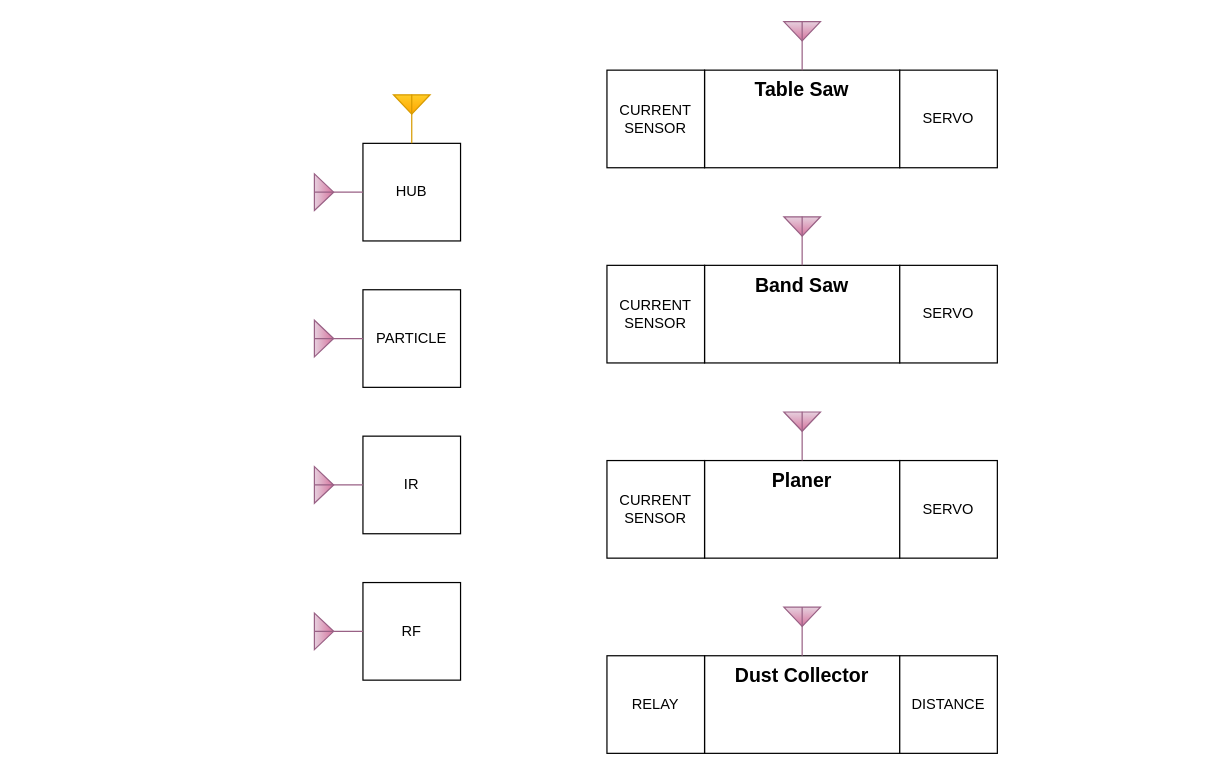
Before: page "Deployment" (3 of 8) of system_design.drawio in crgmakes/aquarius-design, a draw.io diagram. Source tidied: cells renumbered, new cells numbered last; positions are measured from the earlier drawing's top-left corner, leaving out a move shared by most shapes. Both pictures are drawn from the tidied source at 122%, with x=0, y=0 at pixel (314, 21).
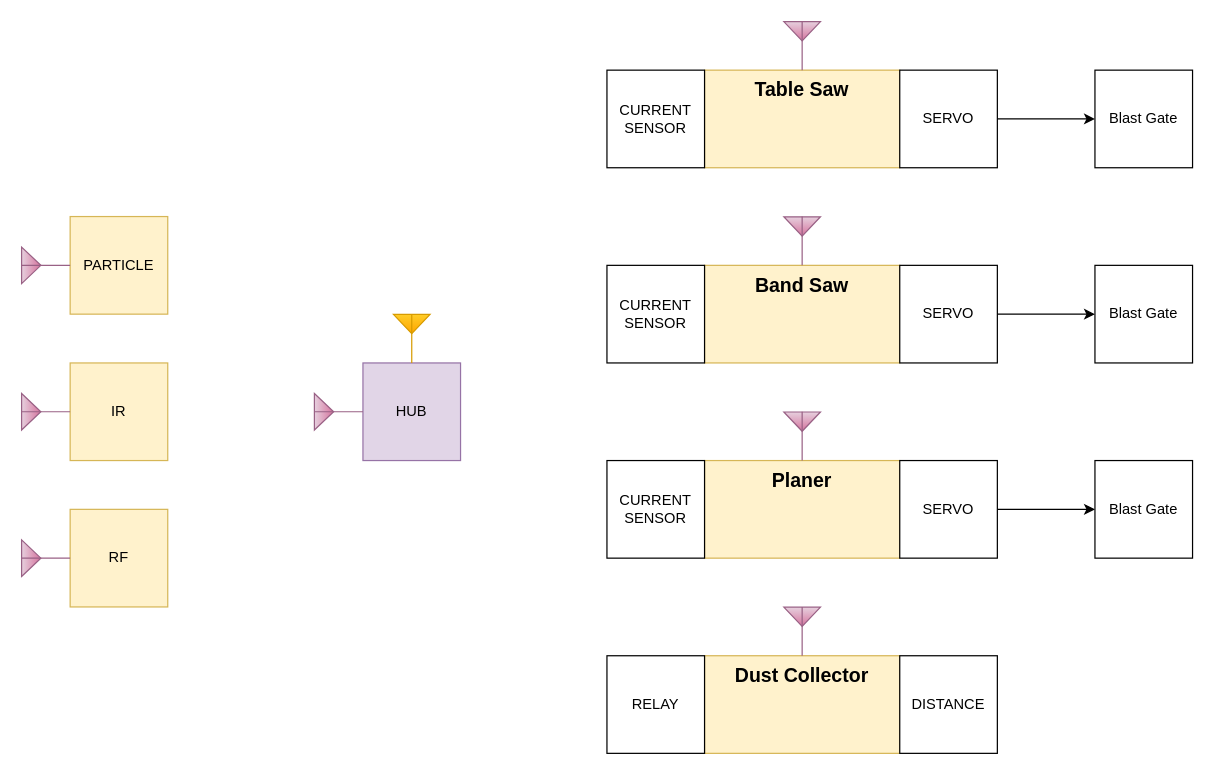
Above is the later version.

The change refers to these unchanged cells:
```xml
<mxCell id="8" value="SERVO" style="whiteSpace=wrap;html=1;" parent="1" vertex="1">
  <mxGeometry x="480" y="200" width="80" height="80" as="geometry" />
</mxCell>
<mxCell id="12" value="SERVO" style="whiteSpace=wrap;html=1;" parent="1" vertex="1">
  <mxGeometry x="480" y="40" width="80" height="80" as="geometry" />
</mxCell>
<mxCell id="13" value="SERVO" style="whiteSpace=wrap;html=1;" parent="1" vertex="1">
  <mxGeometry x="480" y="360" width="80" height="80" as="geometry" />
</mxCell>
```

What changed in the source:
```diff
@@
-    <mxCell id="2" value="Band Saw" style="whiteSpace=wrap;html=1;align=center;verticalAlign=top;fontSize=16;fontStyle=1;" parent="1" vertex="1">
+    <mxCell id="2" value="Band Saw" style="whiteSpace=wrap;html=1;align=center;verticalAlign=top;fontSize=16;fontStyle=1;fillColor=#fff2cc;strokeColor=#d6b656;" parent="1" vertex="1">
       <mxGeometry x="320" y="200" width="160" height="80" as="geometry" />
     </mxCell>
-    <mxCell id="3" value="Dust Collector" style="whiteSpace=wrap;html=1;align=center;verticalAlign=top;fontSize=16;fontStyle=1;" parent="1" vertex="1">
+    <mxCell id="3" value="Dust Collector" style="whiteSpace=wrap;html=1;align=center;verticalAlign=top;fontSize=16;fontStyle=1;fillColor=#fff2cc;strokeColor=#d6b656;" parent="1" vertex="1">
       <mxGeometry x="320" y="520" width="160" height="80" as="geometry" />
     </mxCell>
-    <mxCell id="4" value="Table Saw" style="whiteSpace=wrap;html=1;align=center;verticalAlign=top;fontSize=16;fontStyle=1;" parent="1" vertex="1">
+    <mxCell id="4" value="Table Saw" style="whiteSpace=wrap;html=1;align=center;verticalAlign=top;fontSize=16;fontStyle=1;fillColor=#fff2cc;strokeColor=#d6b656;" parent="1" vertex="1">
       <mxGeometry x="320" y="40" width="160" height="80" as="geometry" />
     </mxCell>
-    <mxCell id="5" value="HUB" style="whiteSpace=wrap;html=1;" parent="1" vertex="1">
-      <mxGeometry x="40" y="100" width="80" height="80" as="geometry" />
+    <mxCell id="5" value="HUB" style="whiteSpace=wrap;html=1;fillColor=#e1d5e7;strokeColor=#9673a6;" parent="1" vertex="1">
+      <mxGeometry x="40" y="280" width="80" height="80" as="geometry" />
     </mxCell>
@@
+    <mxCell id="27" style="edgeStyle=orthogonalEdgeStyle;rounded=0;jettySize=auto;html=1;" parent="1" edge="1" source="8" target="31">
+      <mxGeometry relative="1" as="geometry" />
+    </mxCell>
@@
-    <mxCell id="10" value="Planer" style="whiteSpace=wrap;html=1;align=center;verticalAlign=top;fontSize=16;fontStyle=1;" parent="1" vertex="1">
+    <mxCell id="10" value="Planer" style="whiteSpace=wrap;html=1;align=center;verticalAlign=top;fontSize=16;fontStyle=1;fillColor=#fff2cc;strokeColor=#d6b656;" parent="1" vertex="1">
       <mxGeometry x="320" y="360" width="160" height="80" as="geometry" />
     </mxCell>
@@
+    <mxCell id="28" style="edgeStyle=orthogonalEdgeStyle;rounded=0;jettySize=auto;html=1;" parent="1" edge="1" source="12" target="30">
+      <mxGeometry relative="1" as="geometry" />
+    </mxCell>
@@
+    <mxCell id="29" style="edgeStyle=orthogonalEdgeStyle;rounded=0;jettySize=auto;html=1;" parent="1" edge="1" source="13" target="32">
+      <mxGeometry relative="1" as="geometry" />
+    </mxCell>
@@
-    <mxCell id="14" value="PARTICLE" style="whiteSpace=wrap;html=1;" parent="1" vertex="1">
-      <mxGeometry x="40" y="220" width="80" height="80" as="geometry" />
+    <mxCell id="14" value="PARTICLE" style="whiteSpace=wrap;html=1;fillColor=#fff2cc;strokeColor=#d6b656;" parent="1" vertex="1">
+      <mxGeometry x="-200" y="160" width="80" height="80" as="geometry" />
     </mxCell>
@@
-    <mxCell id="16" value="IR" style="whiteSpace=wrap;html=1;" parent="1" vertex="1">
-      <mxGeometry x="40" y="340" width="80" height="80" as="geometry" />
+    <mxCell id="16" value="IR" style="whiteSpace=wrap;html=1;fillColor=#fff2cc;strokeColor=#d6b656;" parent="1" vertex="1">
+      <mxGeometry x="-200" y="280" width="80" height="80" as="geometry" />
     </mxCell>
-    <mxCell id="17" value="RF" style="whiteSpace=wrap;html=1;" parent="1" vertex="1">
-      <mxGeometry x="40" y="460" width="80" height="80" as="geometry" />
+    <mxCell id="17" value="RF" style="whiteSpace=wrap;html=1;fillColor=#fff2cc;strokeColor=#d6b656;" parent="1" vertex="1">
+      <mxGeometry x="-200" y="400" width="80" height="80" as="geometry" />
     </mxCell>
     <mxCell id="18" style="verticalLabelPosition=bottom;shadow=0;dashed=0;align=center;html=1;verticalAlign=top;shape=mxgraph.electrical.radio.aerial_-_antenna_2;direction=north;fillColor=#e6d0de;strokeColor=#996185;gradientColor=#d5739d;" parent="1" vertex="1">
-      <mxGeometry y="125" width="40" height="30" as="geometry" />
+      <mxGeometry y="305" width="40" height="30" as="geometry" />
     </mxCell>
@@
     <mxCell id="22" style="verticalLabelPosition=bottom;shadow=0;dashed=0;align=center;html=1;verticalAlign=top;shape=mxgraph.electrical.radio.aerial_-_antenna_2;direction=north;fillColor=#e6d0de;gradientColor=#d5739d;strokeColor=#996185;" parent="1" vertex="1">
-      <mxGeometry y="245" width="40" height="30" as="geometry" />
+      <mxGeometry x="-240" y="185" width="40" height="30" as="geometry" />
     </mxCell>
     <mxCell id="23" style="verticalLabelPosition=bottom;shadow=0;dashed=0;align=center;html=1;verticalAlign=top;shape=mxgraph.electrical.radio.aerial_-_antenna_2;direction=north;fillColor=#e6d0de;gradientColor=#d5739d;strokeColor=#996185;" parent="1" vertex="1">
-      <mxGeometry y="365" width="40" height="30" as="geometry" />
+      <mxGeometry x="-240" y="305" width="40" height="30" as="geometry" />
     </mxCell>
     <mxCell id="24" style="verticalLabelPosition=bottom;shadow=0;dashed=0;align=center;html=1;verticalAlign=top;shape=mxgraph.electrical.radio.aerial_-_antenna_2;direction=north;fillColor=#e6d0de;gradientColor=#d5739d;strokeColor=#996185;" parent="1" vertex="1">
-      <mxGeometry y="485" width="40" height="30" as="geometry" />
+      <mxGeometry x="-240" y="425" width="40" height="30" as="geometry" />
     </mxCell>
@@
     <mxCell id="26" style="verticalLabelPosition=bottom;shadow=0;dashed=0;align=center;html=1;verticalAlign=top;shape=mxgraph.electrical.radio.aerial_-_antenna_2;direction=east;fillColor=#ffcd28;gradientColor=#ffa500;strokeColor=#d79b00;" parent="1" vertex="1">
-      <mxGeometry x="65" y="60" width="30" height="40" as="geometry" />
+      <mxGeometry x="65" y="240" width="30" height="40" as="geometry" />
     </mxCell>
+    <mxCell id="30" value="Blast Gate" style="whiteSpace=wrap;html=1;" parent="1" vertex="1">
+      <mxGeometry x="640" y="40" width="80" height="80" as="geometry" />
+    </mxCell>
+    <mxCell id="31" value="Blast Gate" style="whiteSpace=wrap;html=1;" parent="1" vertex="1">
+      <mxGeometry x="640" y="200" width="80" height="80" as="geometry" />
+    </mxCell>
+    <mxCell id="32" value="Blast Gate" style="whiteSpace=wrap;html=1;" parent="1" vertex="1">
+      <mxGeometry x="640" y="360" width="80" height="80" as="geometry" />
+    </mxCell>
```
